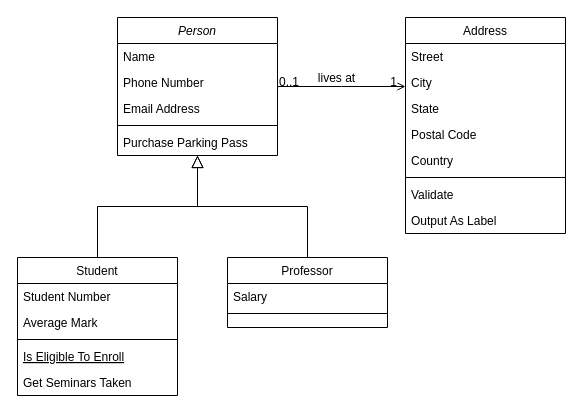
Before: Untitled Diagram.drawio in SureshSoundararajan-INDIA/Low-Level-Design, a draw.io diagram. Source tidied: cells renumbered, new cells numbered last; positions are measured from the earlier drawing's top-left corner, leaving out a move shared by most shapes. Both pictures are drawn from the tidied source at 100%, with x=0, y=0 at pixel (17, 17).
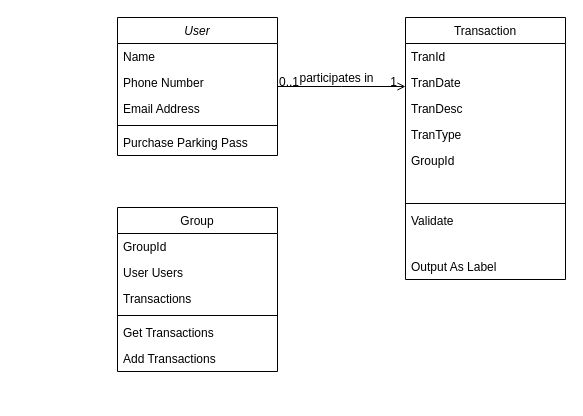
Above is the later version.

The change refers to these unchanged cells:
```xml
<mxCell id="28" style="endArrow=open;shadow=0;strokeWidth=1;rounded=0;endFill=1;edgeStyle=elbowEdgeStyle;elbow=vertical;" parent="1" edge="1" source="2" target="19">
  <mxGeometry x="0.5" y="41" relative="1" as="geometry">
    <mxPoint x="-40" y="32" as="offset" />
  </mxGeometry>
</mxCell>
```

Change to the diagram source:
```diff
@@
-    <mxCell id="2" value="Person" style="swimlane;fontStyle=2;align=center;verticalAlign=top;horizontal=1;startSize=26;rounded=0;shadow=0;strokeWidth=1;" parent="1" vertex="1">
+    <mxCell id="2" value="User" style="swimlane;fontStyle=2;align=center;verticalAlign=top;horizontal=1;startSize=26;rounded=0;shadow=0;strokeWidth=1;" parent="1" vertex="1">
       <mxGeometry x="100" width="160" height="138" as="geometry" />
     </mxCell>
@@
-    <mxCell id="8" value="Student" style="swimlane;fontStyle=0;align=center;verticalAlign=top;horizontal=1;startSize=26;rounded=0;shadow=0;strokeWidth=1;" parent="1" vertex="1">
-      <mxGeometry y="240" width="160" height="138" as="geometry" />
+    <mxCell id="8" value="Group" style="swimlane;fontStyle=0;align=center;verticalAlign=top;horizontal=1;startSize=26;rounded=0;shadow=0;strokeWidth=1;" parent="1" vertex="1">
+      <mxGeometry x="100" y="190" width="160" height="164" as="geometry" />
     </mxCell>
+    <mxCell id="32" value="GroupId" style="text;align=left;verticalAlign=top;spacingLeft=4;spacingRight=4;overflow=hidden;" parent="8" vertex="1">
+      <mxGeometry y="26" width="160" height="26" as="geometry" />
+    </mxCell>
-    <mxCell id="9" value="Student Number" style="text;align=left;verticalAlign=top;spacingLeft=4;spacingRight=4;overflow=hidden;" parent="8" vertex="1">
-      <mxGeometry y="26" width="160" height="26" as="geometry" />
+    <mxCell id="9" value="User Users" style="text;align=left;verticalAlign=top;spacingLeft=4;spacingRight=4;overflow=hidden;" parent="8" vertex="1">
+      <mxGeometry y="52" width="160" height="26" as="geometry" />
     </mxCell>
-    <mxCell id="10" value="Average Mark" style="text;align=left;verticalAlign=top;spacingLeft=4;spacingRight=4;overflow=hidden;rounded=0;shadow=0;html=0;" parent="8" vertex="1">
-      <mxGeometry y="52" width="160" height="26" as="geometry" />
+    <mxCell id="10" value="Transactions" style="text;align=left;verticalAlign=top;spacingLeft=4;spacingRight=4;overflow=hidden;rounded=0;shadow=0;html=0;" parent="8" vertex="1">
+      <mxGeometry y="78" width="160" height="26" as="geometry" />
     </mxCell>
     <mxCell id="11" style="line;html=1;strokeWidth=1;align=left;verticalAlign=middle;spacingTop=-1;spacingLeft=3;spacingRight=3;labelPosition=right;" parent="8" vertex="1">
-      <mxGeometry y="78" width="160" height="8" as="geometry" />
+      <mxGeometry y="104" width="160" height="8" as="geometry" />
     </mxCell>
-    <mxCell id="12" value="Is Eligible To Enroll" style="text;align=left;verticalAlign=top;spacingLeft=4;spacingRight=4;overflow=hidden;fontStyle=4;" parent="8" vertex="1">
-      <mxGeometry y="86" width="160" height="26" as="geometry" />
-    </mxCell>
-    <mxCell id="13" value="Get Seminars Taken" style="text;align=left;verticalAlign=top;spacingLeft=4;spacingRight=4;overflow=hidden;" parent="8" vertex="1">
+    <mxCell id="13" value="Get Transactions" style="text;align=left;verticalAlign=top;spacingLeft=4;spacingRight=4;overflow=hidden;" parent="8" vertex="1">
       <mxGeometry y="112" width="160" height="26" as="geometry" />
     </mxCell>
-    <mxCell id="14" style="endArrow=block;endSize=10;endFill=0;shadow=0;strokeWidth=1;rounded=0;edgeStyle=elbowEdgeStyle;elbow=vertical;" parent="1" edge="1" source="8" target="2">
-      <mxGeometry relative="1" as="geometry" />
-    </mxCell>
-    <mxCell id="15" value="Professor" style="swimlane;fontStyle=0;align=center;verticalAlign=top;horizontal=1;startSize=26;rounded=0;shadow=0;strokeWidth=1;" parent="1" vertex="1">
-      <mxGeometry x="210" y="240" width="160" height="70" as="geometry" />
-    </mxCell>
-    <mxCell id="16" value="Salary" style="text;align=left;verticalAlign=top;spacingLeft=4;spacingRight=4;overflow=hidden;" parent="15" vertex="1">
-      <mxGeometry y="26" width="160" height="26" as="geometry" />
-    </mxCell>
-    <mxCell id="17" style="line;html=1;strokeWidth=1;align=left;verticalAlign=middle;spacingTop=-1;spacingLeft=3;spacingRight=3;labelPosition=right;" parent="15" vertex="1">
-      <mxGeometry y="52" width="160" height="8" as="geometry" />
-    </mxCell>
-    <mxCell id="18" style="endArrow=block;endSize=10;endFill=0;shadow=0;strokeWidth=1;rounded=0;edgeStyle=elbowEdgeStyle;elbow=vertical;" parent="1" edge="1" source="15" target="2">
-      <mxGeometry relative="1" as="geometry" />
-    </mxCell>
+    <mxCell id="33" value="Add Transactions" style="text;align=left;verticalAlign=top;spacingLeft=4;spacingRight=4;overflow=hidden;" parent="8" vertex="1">
+      <mxGeometry y="138" width="160" height="26" as="geometry" />
+    </mxCell>
-    <mxCell id="19" value="Address" style="swimlane;fontStyle=0;align=center;verticalAlign=top;horizontal=1;startSize=26;rounded=0;shadow=0;strokeWidth=1;" parent="1" vertex="1">
-      <mxGeometry x="388" width="160" height="216" as="geometry" />
+    <mxCell id="19" value="Transaction" style="swimlane;fontStyle=0;align=center;verticalAlign=top;horizontal=1;startSize=26;rounded=0;shadow=0;strokeWidth=1;" parent="1" vertex="1">
+      <mxGeometry x="388" width="160" height="262" as="geometry" />
     </mxCell>
-    <mxCell id="20" value="Street" style="text;align=left;verticalAlign=top;spacingLeft=4;spacingRight=4;overflow=hidden;" parent="19" vertex="1">
+    <mxCell id="20" value="TranId" style="text;align=left;verticalAlign=top;spacingLeft=4;spacingRight=4;overflow=hidden;" parent="19" vertex="1">
       <mxGeometry y="26" width="160" height="26" as="geometry" />
     </mxCell>
-    <mxCell id="21" value="City" style="text;align=left;verticalAlign=top;spacingLeft=4;spacingRight=4;overflow=hidden;rounded=0;shadow=0;html=0;" parent="19" vertex="1">
+    <mxCell id="21" value="TranDate" style="text;align=left;verticalAlign=top;spacingLeft=4;spacingRight=4;overflow=hidden;rounded=0;shadow=0;html=0;" parent="19" vertex="1">
       <mxGeometry y="52" width="160" height="26" as="geometry" />
     </mxCell>
-    <mxCell id="22" value="State" style="text;align=left;verticalAlign=top;spacingLeft=4;spacingRight=4;overflow=hidden;rounded=0;shadow=0;html=0;" parent="19" vertex="1">
+    <mxCell id="22" value="TranDesc" style="text;align=left;verticalAlign=top;spacingLeft=4;spacingRight=4;overflow=hidden;rounded=0;shadow=0;html=0;" parent="19" vertex="1">
       <mxGeometry y="78" width="160" height="26" as="geometry" />
     </mxCell>
-    <mxCell id="23" value="Postal Code" style="text;align=left;verticalAlign=top;spacingLeft=4;spacingRight=4;overflow=hidden;rounded=0;shadow=0;html=0;" parent="19" vertex="1">
+    <mxCell id="23" value="TranType" style="text;align=left;verticalAlign=top;spacingLeft=4;spacingRight=4;overflow=hidden;rounded=0;shadow=0;html=0;" parent="19" vertex="1">
       <mxGeometry y="104" width="160" height="26" as="geometry" />
     </mxCell>
-    <mxCell id="24" value="Country" style="text;align=left;verticalAlign=top;spacingLeft=4;spacingRight=4;overflow=hidden;rounded=0;shadow=0;html=0;" parent="19" vertex="1">
+    <mxCell id="24" value="GroupId" style="text;align=left;verticalAlign=top;spacingLeft=4;spacingRight=4;overflow=hidden;rounded=0;shadow=0;html=0;" parent="19" vertex="1">
       <mxGeometry y="130" width="160" height="26" as="geometry" />
     </mxCell>
+    <mxCell id="34" style="text;align=left;verticalAlign=top;spacingLeft=4;spacingRight=4;overflow=hidden;rounded=0;shadow=0;html=0;" parent="19" vertex="1">
+      <mxGeometry y="156" width="160" height="26" as="geometry" />
+    </mxCell>
     <mxCell id="25" style="line;html=1;strokeWidth=1;align=left;verticalAlign=middle;spacingTop=-1;spacingLeft=3;spacingRight=3;labelPosition=right;" parent="19" vertex="1">
-      <mxGeometry y="156" width="160" height="8" as="geometry" />
+      <mxGeometry y="182" width="160" height="8" as="geometry" />
     </mxCell>
     <mxCell id="26" value="Validate" style="text;align=left;verticalAlign=top;spacingLeft=4;spacingRight=4;overflow=hidden;" parent="19" vertex="1">
-      <mxGeometry y="164" width="160" height="26" as="geometry" />
+      <mxGeometry y="190" width="160" height="20" as="geometry" />
     </mxCell>
+    <mxCell id="35" style="text;align=left;verticalAlign=top;spacingLeft=4;spacingRight=4;overflow=hidden;" parent="19" vertex="1">
+      <mxGeometry y="210" width="160" height="26" as="geometry" />
+    </mxCell>
     <mxCell id="27" value="Output As Label" style="text;align=left;verticalAlign=top;spacingLeft=4;spacingRight=4;overflow=hidden;" parent="19" vertex="1">
-      <mxGeometry y="190" width="160" height="26" as="geometry" />
+      <mxGeometry y="236" width="160" height="26" as="geometry" />
     </mxCell>
@@
-    <mxCell id="31" value="lives at" style="text;html=1;align=center;verticalAlign=middle;labelBackgroundColor=none;rounded=0;shadow=0;strokeWidth=1;fontSize=12;" parent="28" vertex="1">
+    <mxCell id="31" value="participates in" style="text;html=1;align=center;verticalAlign=middle;labelBackgroundColor=none;rounded=0;shadow=0;strokeWidth=1;fontSize=12;" parent="28" vertex="1">
       <mxGeometry x="0.5" y="49" relative="1" as="geometry">
         <mxPoint x="-38" y="40" as="offset" />
       </mxGeometry>
     </mxCell>
```
